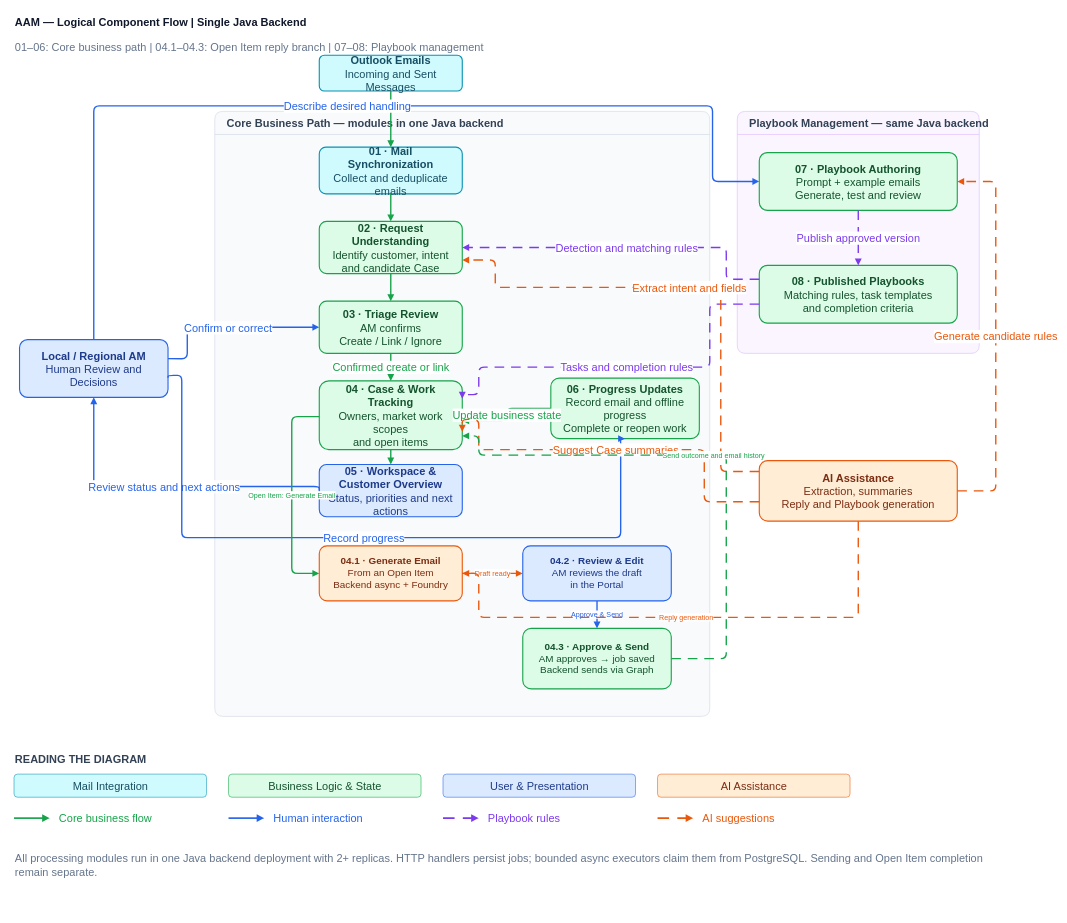
The draw.io diagram page "Logical Component Flow" (1 of 2) of docs/architecture/diagrams/aam-logical-component-flow.drawio in realAaronWu/aam, before the edit. Source tidied: cells renumbered, new cells numbered last; positions are measured from the earlier drawing's top-left corner, leaving out a move shared by most shapes. Both pictures are drawn from the tidied source at 55%, with x=0, y=0 at pixel (14, 9).
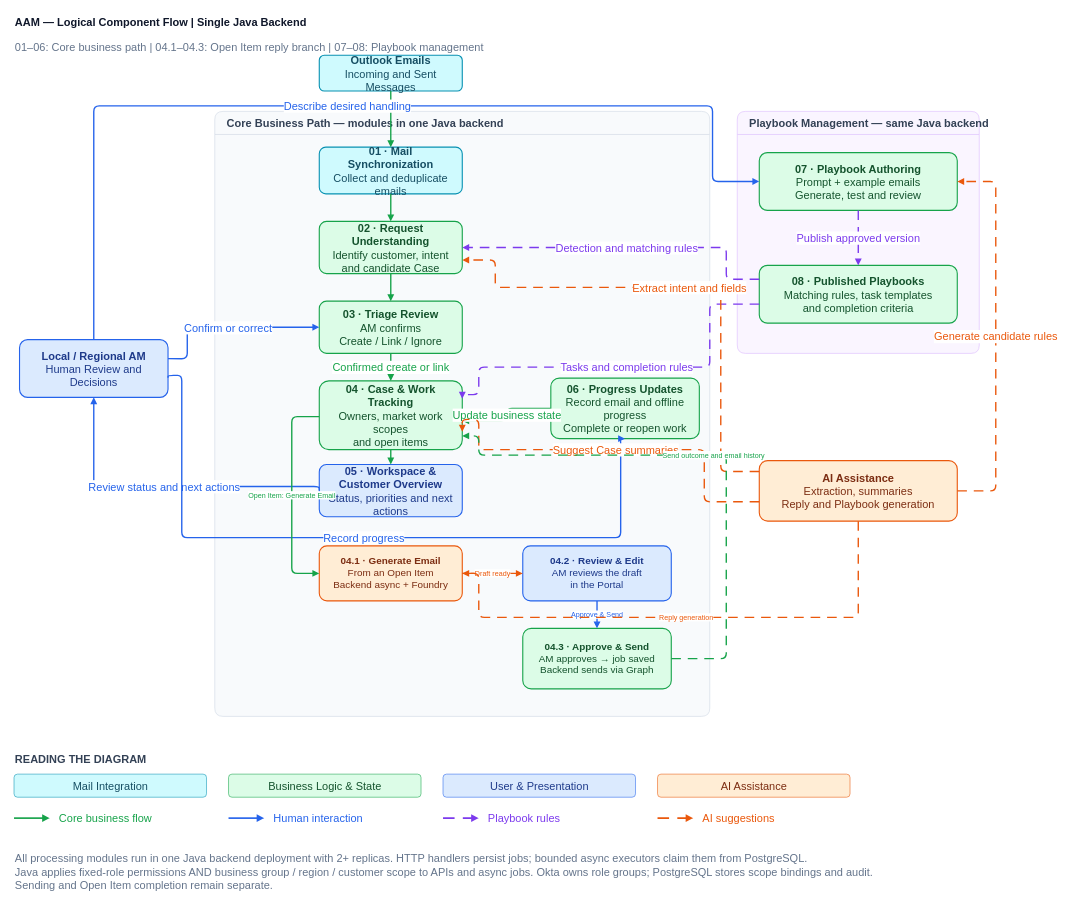
The same page after the edit.

The edit, as a diff of the source:
```diff
@@
-    <mxCell id="46" value="All processing modules run in one Java backend deployment with 2+ replicas. HTTP handlers persist jobs; bounded async executors claim them from PostgreSQL. Sending and Open Item completion remain separate." style="text;html=1;align=left;fontSize=20;fontColor=#64748B;fontFamily=Arial;whiteSpace=wrap;whiteSpace=wrap;" parent="1" vertex="1">
-      <mxGeometry y="1525" width="1780" height="100" as="geometry" />
+    <mxCell id="46" value="All processing modules run in one Java backend deployment with 2+ replicas. HTTP handlers persist jobs; bounded async executors claim them from PostgreSQL.&lt;br&gt;Java applies fixed-role permissions AND business group / region / customer scope to APIs and async jobs. Okta owns role groups; PostgreSQL stores scope bindings and audit.&lt;br&gt;Sending and Open Item completion remain separate." style="text;html=1;align=left;fontSize=20;fontColor=#64748B;fontFamily=Arial;whiteSpace=wrap;whiteSpace=wrap;" parent="1" vertex="1">
+      <mxGeometry y="1525" width="1780" height="120" as="geometry" />
     </mxCell>
```
